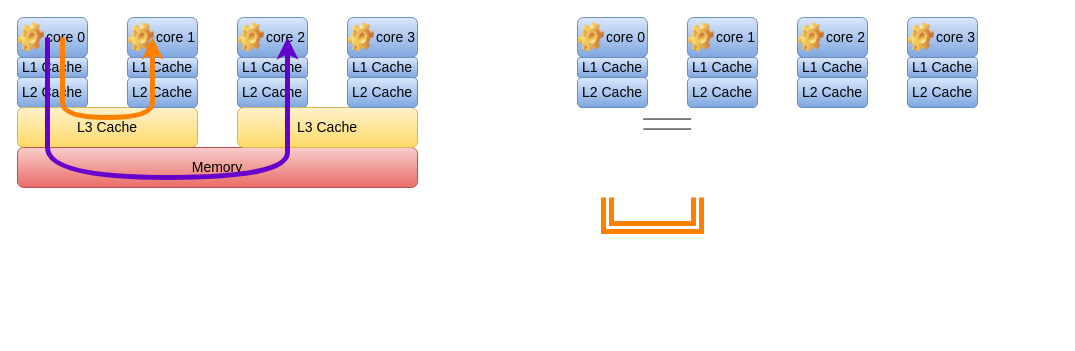
The draw.io diagram verilator_digrams/通信方案.drawio in Dercury/CLDK, before the edit. Source tidied: cells renumbered, new cells numbered last; positions are measured from the earlier drawing's top-left corner, leaving out a move shared by most shapes. Both pictures are drawn from the tidied source at 100%, with x=0, y=0 at pixel (17, 17).
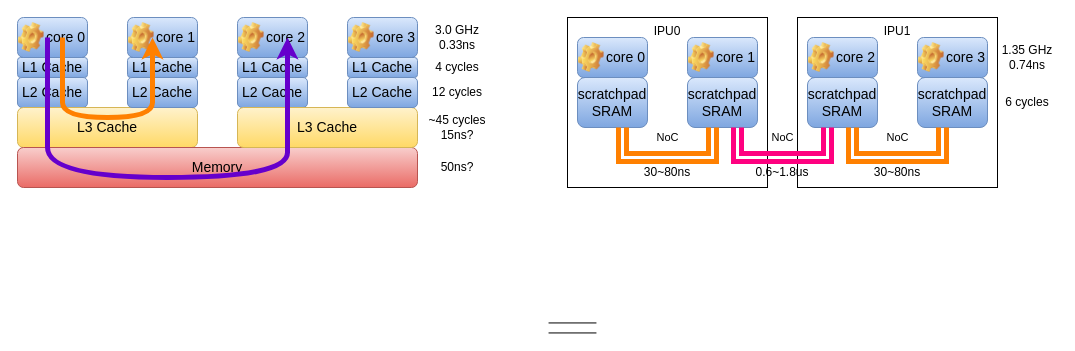
The same page after the edit.

Commit message (it also covers changes not shown here):
更新通信方案.drawio

What changed in the source:
```diff
@@
+    <mxCell id="49" value="IPU1" style="rounded=0;whiteSpace=wrap;html=1;verticalAlign=top;" parent="1" vertex="1">
+      <mxGeometry x="780" width="200" height="170" as="geometry" />
+    </mxCell>
+    <mxCell id="50" value="IPU0" style="rounded=0;whiteSpace=wrap;html=1;verticalAlign=top;" parent="1" vertex="1">
+      <mxGeometry x="550" width="200" height="170" as="geometry" />
+    </mxCell>
@@
-    <mxCell id="13" value="L1 Cache" style="rounded=1;whiteSpace=wrap;html=1;fillColor=#dae8fc;gradientColor=#7ea6e0;strokeColor=#6c8ebf;fontSize=14;" parent="1" vertex="1">
-      <mxGeometry x="560" y="40" width="70" height="20" as="geometry" />
-    </mxCell>
-    <mxCell id="14" value="L2 Cache" style="rounded=1;whiteSpace=wrap;html=1;fillColor=#dae8fc;gradientColor=#7ea6e0;strokeColor=#6c8ebf;fontSize=14;" parent="1" vertex="1">
-      <mxGeometry x="560" y="60" width="70" height="30" as="geometry" />
+    <mxCell id="14" value="scratchpad&lt;div&gt;SRAM&lt;/div&gt;" style="rounded=1;whiteSpace=wrap;html=1;fillColor=#dae8fc;gradientColor=#7ea6e0;strokeColor=#6c8ebf;fontSize=14;" parent="1" vertex="1">
+      <mxGeometry x="560" y="60" width="70" height="50" as="geometry" />
     </mxCell>
-    <mxCell id="15" value="L1 Cache" style="rounded=1;whiteSpace=wrap;html=1;fillColor=#dae8fc;gradientColor=#7ea6e0;strokeColor=#6c8ebf;fontSize=14;" parent="1" vertex="1">
-      <mxGeometry x="670" y="40" width="70" height="20" as="geometry" />
-    </mxCell>
-    <mxCell id="16" value="L2 Cache" style="rounded=1;whiteSpace=wrap;html=1;fillColor=#dae8fc;gradientColor=#7ea6e0;strokeColor=#6c8ebf;fontSize=14;" parent="1" vertex="1">
-      <mxGeometry x="670" y="60" width="70" height="30" as="geometry" />
+    <mxCell id="16" value="scratchpad&lt;div&gt;SRAM&lt;/div&gt;" style="rounded=1;whiteSpace=wrap;html=1;fillColor=#dae8fc;gradientColor=#7ea6e0;strokeColor=#6c8ebf;fontSize=14;" parent="1" vertex="1">
+      <mxGeometry x="670" y="60" width="70" height="50" as="geometry" />
     </mxCell>
-    <mxCell id="17" value="L1 Cache" style="rounded=1;whiteSpace=wrap;html=1;fillColor=#dae8fc;gradientColor=#7ea6e0;strokeColor=#6c8ebf;fontSize=14;" parent="1" vertex="1">
-      <mxGeometry x="780" y="40" width="70" height="20" as="geometry" />
-    </mxCell>
-    <mxCell id="18" value="L2 Cache" style="rounded=1;whiteSpace=wrap;html=1;fillColor=#dae8fc;gradientColor=#7ea6e0;strokeColor=#6c8ebf;fontSize=14;" parent="1" vertex="1">
-      <mxGeometry x="780" y="60" width="70" height="30" as="geometry" />
+    <mxCell id="18" value="scratchpad&lt;div&gt;SRAM&lt;/div&gt;" style="rounded=1;whiteSpace=wrap;html=1;fillColor=#dae8fc;gradientColor=#7ea6e0;strokeColor=#6c8ebf;fontSize=14;" parent="1" vertex="1">
+      <mxGeometry x="790" y="60" width="70" height="50" as="geometry" />
     </mxCell>
-    <mxCell id="19" value="L1 Cache" style="rounded=1;whiteSpace=wrap;html=1;fillColor=#dae8fc;gradientColor=#7ea6e0;strokeColor=#6c8ebf;fontSize=14;" parent="1" vertex="1">
-      <mxGeometry x="890" y="40" width="70" height="20" as="geometry" />
-    </mxCell>
-    <mxCell id="20" value="L2 Cache" style="rounded=1;whiteSpace=wrap;html=1;fillColor=#dae8fc;gradientColor=#7ea6e0;strokeColor=#6c8ebf;fontSize=14;" parent="1" vertex="1">
-      <mxGeometry x="890" y="60" width="70" height="30" as="geometry" />
+    <mxCell id="20" value="scratchpad&lt;div&gt;SRAM&lt;/div&gt;" style="rounded=1;whiteSpace=wrap;html=1;fillColor=#dae8fc;gradientColor=#7ea6e0;strokeColor=#6c8ebf;fontSize=14;" parent="1" vertex="1">
+      <mxGeometry x="900" y="60" width="70" height="50" as="geometry" />
     </mxCell>
     <mxCell id="21" style="shape=partialRectangle;whiteSpace=wrap;html=1;top=0;bottom=0;fillColor=none;rotation=90;" parent="1" vertex="1">
-      <mxGeometry x="644.7" y="83.1" width="10" height="46.9" as="geometry" />
+      <mxGeometry x="550" y="287" width="10" height="46.9" as="geometry" />
     </mxCell>
-    <mxCell id="22" style="curved=1;endArrow=classic;html=1;rounded=0;strokeColor=#FF8000;strokeWidth=5;shape=link;" parent="1" edge="1">
-      <mxGeometry relative="1" as="geometry">
-        <mxPoint x="590" y="180" as="sourcePoint" />
-        <mxPoint x="680" y="180" as="targetPoint" />
-        <Array as="points">
-          <mxPoint x="590" y="180" />
-          <mxPoint x="590" y="210" />
-          <mxPoint x="680" y="210" />
-          <mxPoint x="680" y="180" />
-        </Array>
-      </mxGeometry>
-    </mxCell>
@@
     <mxCell id="37" style="group;" parent="1" vertex="1">
-      <mxGeometry x="560" width="70" height="40" as="geometry" />
+      <mxGeometry x="560" y="20" width="70" height="40" as="geometry" />
     </mxCell>
@@
     <mxCell id="40" style="group;" parent="1" vertex="1">
-      <mxGeometry x="670" width="70" height="40" as="geometry" />
+      <mxGeometry x="670" y="20" width="70" height="40" as="geometry" />
     </mxCell>
@@
     <mxCell id="43" style="group;" parent="1" vertex="1">
-      <mxGeometry x="780" width="70" height="40" as="geometry" />
+      <mxGeometry x="790" y="20" width="70" height="40" as="geometry" />
     </mxCell>
@@
     <mxCell id="46" style="group;" parent="1" vertex="1">
-      <mxGeometry x="890" width="70" height="40" as="geometry" />
+      <mxGeometry x="900" y="20" width="70" height="40" as="geometry" />
     </mxCell>
@@
+    <mxCell id="51" style="group;" parent="1" vertex="1">
+      <mxGeometry x="605" y="110" width="90" height="60" as="geometry" />
+    </mxCell>
+    <mxCell id="22" value="NoC" style="curved=1;endArrow=classic;html=1;rounded=0;strokeColor=#FF8000;strokeWidth=5;shape=link;" parent="51" edge="1">
+      <mxGeometry y="20" relative="1" as="geometry">
+        <mxPoint as="sourcePoint" />
+        <mxPoint x="90" as="targetPoint" />
+        <Array as="points">
+          <mxPoint />
+          <mxPoint y="30" />
+          <mxPoint x="90" y="30" />
+          <mxPoint x="90" />
+        </Array>
+      </mxGeometry>
+    </mxCell>
+    <mxCell id="52" value="30~80ns" style="text;html=1;align=center;verticalAlign=middle;whiteSpace=wrap;rounded=0;" parent="51" vertex="1">
+      <mxGeometry x="15" y="30" width="60" height="30" as="geometry" />
+    </mxCell>
+    <mxCell id="53" style="group;" parent="1" vertex="1">
+      <mxGeometry x="835" y="110" width="90" height="60" as="geometry" />
+    </mxCell>
+    <mxCell id="54" value="NoC" style="curved=1;endArrow=classic;html=1;rounded=0;strokeColor=#FF8000;strokeWidth=5;shape=link;" parent="53" edge="1">
+      <mxGeometry y="20" relative="1" as="geometry">
+        <mxPoint as="sourcePoint" />
+        <mxPoint x="90" as="targetPoint" />
+        <Array as="points">
+          <mxPoint />
+          <mxPoint y="30" />
+          <mxPoint x="90" y="30" />
+          <mxPoint x="90" />
+        </Array>
+      </mxGeometry>
+    </mxCell>
+    <mxCell id="55" value="30~80ns" style="text;html=1;align=center;verticalAlign=middle;whiteSpace=wrap;rounded=0;" parent="53" vertex="1">
+      <mxGeometry x="15" y="30" width="60" height="30" as="geometry" />
+    </mxCell>
+    <mxCell id="56" style="group;" parent="1" vertex="1">
+      <mxGeometry x="720" y="110" width="90" height="60" as="geometry" />
+    </mxCell>
+    <mxCell id="57" value="NoC" style="curved=1;endArrow=classic;html=1;rounded=0;strokeColor=#FF0080;strokeWidth=5;shape=link;" parent="56" edge="1">
+      <mxGeometry y="20" relative="1" as="geometry">
+        <mxPoint as="sourcePoint" />
+        <mxPoint x="90" as="targetPoint" />
+        <Array as="points">
+          <mxPoint />
+          <mxPoint y="30" />
+          <mxPoint x="90" y="30" />
+          <mxPoint x="90" />
+        </Array>
+      </mxGeometry>
+    </mxCell>
+    <mxCell id="58" value="0.6~1.8us" style="text;html=1;align=center;verticalAlign=middle;whiteSpace=wrap;rounded=0;" parent="56" vertex="1">
+      <mxGeometry x="15" y="30" width="60" height="30" as="geometry" />
+    </mxCell>
+    <mxCell id="59" value="4 cycles" style="text;html=1;align=center;verticalAlign=middle;whiteSpace=wrap;rounded=0;" parent="1" vertex="1">
+      <mxGeometry x="410" y="35" width="60" height="30" as="geometry" />
+    </mxCell>
+    <mxCell id="60" value="12 cycles" style="text;html=1;align=center;verticalAlign=middle;whiteSpace=wrap;rounded=0;" parent="1" vertex="1">
+      <mxGeometry x="410" y="60" width="60" height="30" as="geometry" />
+    </mxCell>
+    <mxCell id="61" value="~45 cycles&lt;div&gt;15ns?&lt;/div&gt;" style="text;html=1;align=center;verticalAlign=middle;whiteSpace=wrap;rounded=0;" parent="1" vertex="1">
+      <mxGeometry x="410" y="95" width="60" height="30" as="geometry" />
+    </mxCell>
+    <mxCell id="62" value="&lt;div&gt;50ns?&lt;/div&gt;" style="text;html=1;align=center;verticalAlign=middle;whiteSpace=wrap;rounded=0;" parent="1" vertex="1">
+      <mxGeometry x="410" y="135" width="60" height="30" as="geometry" />
+    </mxCell>
+    <mxCell id="63" value="3.0 GHz&lt;div&gt;0.33ns&lt;/div&gt;" style="text;html=1;align=center;verticalAlign=middle;whiteSpace=wrap;rounded=0;" parent="1" vertex="1">
+      <mxGeometry x="410" y="5" width="60" height="30" as="geometry" />
+    </mxCell>
+    <mxCell id="64" value="1.35 GHz&lt;div&gt;0.74ns&lt;/div&gt;" style="text;html=1;align=center;verticalAlign=middle;whiteSpace=wrap;rounded=0;" parent="1" vertex="1">
+      <mxGeometry x="980" y="25" width="60" height="30" as="geometry" />
+    </mxCell>
+    <mxCell id="65" value="6 cycles" style="text;html=1;align=center;verticalAlign=middle;whiteSpace=wrap;rounded=0;" parent="1" vertex="1">
+      <mxGeometry x="980" y="70" width="60" height="30" as="geometry" />
+    </mxCell>
```
